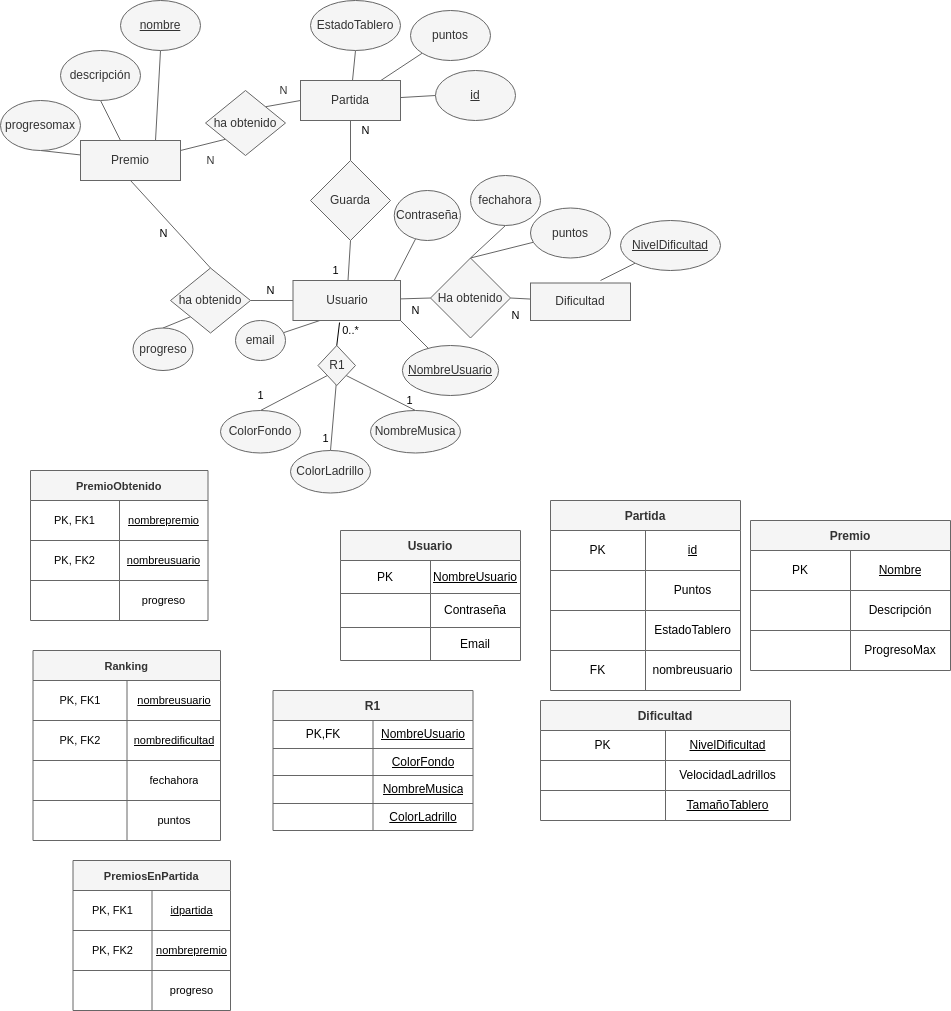
Earlier version of the draw.io export documentacion/dbdd.png (mikel-egana-aranguren/ADSI-22-23-Tetris). Source tidied: cells renumbered, new cells last; positions are measured from the earlier drawing's top-left corner, leaving out a move shared by most shapes.
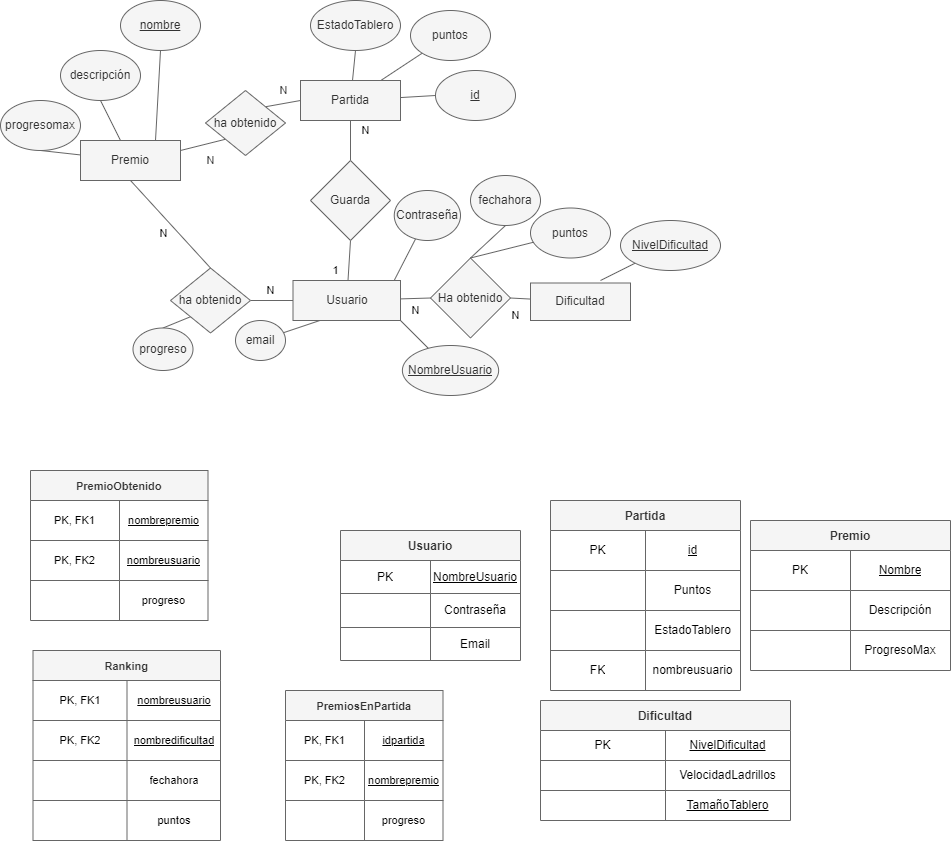
The same diagram one commit later.

Commit message:
actualizar diagrama de clases

Change to the diagram source:
```diff
@@ -238,26 +238,6 @@
     <mxCell id="79" value="EstadoTablero" style="ellipse;whiteSpace=wrap;html=1;rounded=0;fontFamily=Helvetica;fontSize=12;fontColor=#333333;strokeColor=#666666;fillColor=#f5f5f5;" parent="1" vertex="1">
       <mxGeometry x="310" width="90" height="50" as="geometry" />
     </mxCell>
-    <mxCell id="80" style="edgeStyle=none;shape=connector;rounded=1;html=1;exitX=0.5;exitY=0;exitDx=0;exitDy=0;labelBackgroundColor=default;fontFamily=Helvetica;fontSize=11;fontColor=#000000;endArrow=none;endFill=0;strokeColor=#666666;fillColor=#f5f5f5;entryX=0;entryY=1;entryDx=0;entryDy=0;" parent="1" edge="1" source="81" target="134">
-      <mxGeometry relative="1" as="geometry" />
-    </mxCell>
-    <mxCell id="81" value="ColorFondo" style="ellipse;whiteSpace=wrap;html=1;rounded=0;fontFamily=Helvetica;fontSize=12;fontColor=#333333;strokeColor=#666666;fillColor=#f5f5f5;" parent="1" vertex="1">
-      <mxGeometry x="220" y="410" width="80" height="42.5" as="geometry" />
-    </mxCell>
-    <mxCell id="82" style="edgeStyle=none;shape=connector;rounded=1;html=1;exitX=0.5;exitY=0;exitDx=0;exitDy=0;labelBackgroundColor=default;fontFamily=Helvetica;fontSize=11;fontColor=#000000;endArrow=none;endFill=0;strokeColor=#666666;fillColor=#f5f5f5;" parent="1" edge="1" source="83">
-      <mxGeometry relative="1" as="geometry">
-        <mxPoint x="336" y="380" as="targetPoint" />
-      </mxGeometry>
-    </mxCell>
-    <mxCell id="83" value="ColorLadrillo" style="ellipse;whiteSpace=wrap;html=1;rounded=0;fontFamily=Helvetica;fontSize=12;fontColor=#333333;strokeColor=#666666;fillColor=#f5f5f5;" parent="1" vertex="1">
-      <mxGeometry x="290" y="450" width="80" height="42.5" as="geometry" />
-    </mxCell>
-    <mxCell id="84" style="edgeStyle=none;shape=connector;rounded=1;html=1;exitX=0.5;exitY=0;exitDx=0;exitDy=0;labelBackgroundColor=default;fontFamily=Helvetica;fontSize=11;fontColor=#000000;endArrow=none;endFill=0;strokeColor=#666666;fillColor=#f5f5f5;entryX=1;entryY=1;entryDx=0;entryDy=0;" parent="1" edge="1" source="85" target="134">
-      <mxGeometry relative="1" as="geometry" />
-    </mxCell>
-    <mxCell id="85" value="NombreMusica" style="ellipse;whiteSpace=wrap;html=1;rounded=0;fontFamily=Helvetica;fontSize=12;fontColor=#333333;strokeColor=#666666;fillColor=#f5f5f5;" parent="1" vertex="1">
-      <mxGeometry x="370" y="410" width="90" height="42.5" as="geometry" />
-    </mxCell>
     <mxCell id="86" value="Usuario" style="shape=table;startSize=30;fontStyle=1;align=center;fontColor=#333333;strokeColor=#666666;fillColor=#f5f5f5;" parent="1" vertex="1">
       <mxGeometry x="340" y="530" width="180" height="130" as="geometry" />
     </mxCell>
@@ -373,7 +353,7 @@
       <mxGeometry x="272.5" y="80" width="20" height="20" as="geometry" />
     </mxCell>
     <mxCell id="124" value="PremiosEnPartida" style="shape=table;startSize=30;fontStyle=1;align=center;fontFamily=Helvetica;fontSize=11;fontColor=#333333;fillColor=#f5f5f5;strokeColor=#666666;" parent="1" vertex="1">
-      <mxGeometry x="72.5" y="860" width="157.5" height="150" as="geometry" />
+      <mxGeometry x="285" y="690" width="157.5" height="150" as="geometry" />
     </mxCell>
     <mxCell id="125" style="shape=partialRectangle;html=1;whiteSpace=wrap;fillColor=none;top=0;left=0;bottom=0;right=0;fontFamily=Helvetica;fontSize=11;fontColor=#000000;" parent="124" vertex="1">
       <mxGeometry y="30" width="157.5" height="40" as="geometry" />
@@ -402,62 +382,5 @@
     <mxCell id="133" value="progreso" style="shape=partialRectangle;html=1;whiteSpace=wrap;fillColor=none;top=0;left=0;bottom=0;right=0;overflow=hidden;fontFamily=Helvetica;fontSize=11;fontColor=#000000;" parent="131" vertex="1">
       <mxGeometry x="79" width="79" height="40" as="geometry" />
     </mxCell>
-    <mxCell id="134" value="R1" style="rhombus;whiteSpace=wrap;html=1;rounded=0;fontFamily=Helvetica;fontSize=12;fontColor=#333333;strokeColor=#666666;fillColor=#f5f5f5;" parent="1" vertex="1">
-      <mxGeometry x="317.5" y="345" width="37.5" height="40" as="geometry" />
-    </mxCell>
-    <mxCell id="135" style="endArrow=none;html=1;rounded=0;exitX=0.5;exitY=0;exitDx=0;exitDy=0;entryX=0.433;entryY=1.05;entryDx=0;entryDy=0;entryPerimeter=0;" parent="1" edge="1" source="134" target="39">
-      <mxGeometry relative="1" as="geometry" />
-    </mxCell>
-    <mxCell id="136" value="0..*" style="text;html=1;align=center;verticalAlign=middle;strokeColor=none;fillColor=none;fontSize=11;fontFamily=Helvetica;fontColor=#000000;" parent="1" vertex="1">
-      <mxGeometry x="330" y="315" width="40" height="30" as="geometry" />
-    </mxCell>
-    <mxCell id="137" value="1" style="text;html=1;align=center;verticalAlign=middle;strokeColor=none;fillColor=none;fontSize=11;fontFamily=Helvetica;fontColor=#000000;" parent="1" vertex="1">
-      <mxGeometry x="245" y="380" width="30" height="30" as="geometry" />
-    </mxCell>
-    <mxCell id="138" value="1" style="text;html=1;align=center;verticalAlign=middle;strokeColor=none;fillColor=none;fontSize=11;fontFamily=Helvetica;fontColor=#000000;" parent="1" vertex="1">
-      <mxGeometry x="310" y="422.5" width="30" height="30" as="geometry" />
-    </mxCell>
-    <mxCell id="139" value="1" style="text;html=1;align=center;verticalAlign=middle;strokeColor=none;fillColor=none;fontSize=11;fontFamily=Helvetica;fontColor=#000000;" parent="1" vertex="1">
-      <mxGeometry x="393.8" y="385" width="30" height="30" as="geometry" />
-    </mxCell>
-    <mxCell id="140" value="R1" style="shape=table;startSize=30;fontStyle=1;align=center;fontColor=#333333;strokeColor=#666666;fillColor=#f5f5f5;" parent="1" vertex="1">
-      <mxGeometry x="272.5" y="690" width="200" height="140" as="geometry" />
-    </mxCell>
-    <mxCell id="141" style="shape=partialRectangle;html=1;whiteSpace=wrap;fillColor=none;top=0;left=0;bottom=0;right=0;fontColor=#000000;strokeColor=#000000;" parent="140" vertex="1">
-      <mxGeometry y="30" width="200" height="28" as="geometry" />
-    </mxCell>
-    <mxCell id="142" value="PK,FK" style="shape=partialRectangle;html=1;whiteSpace=wrap;fillColor=none;top=0;left=0;bottom=0;right=0;overflow=hidden;fontColor=#000000;strokeColor=#000000;" parent="141" vertex="1">
-      <mxGeometry width="100" height="28" as="geometry" />
-    </mxCell>
-    <mxCell id="143" value="&lt;u&gt;NombreUsuario&lt;/u&gt;" style="shape=partialRectangle;html=1;whiteSpace=wrap;fillColor=none;top=0;left=0;bottom=0;right=0;overflow=hidden;fontColor=#000000;strokeColor=#000000;" parent="141" vertex="1">
-      <mxGeometry x="100" width="100" height="28" as="geometry" />
-    </mxCell>
-    <mxCell id="144" style="shape=partialRectangle;html=1;whiteSpace=wrap;fillColor=none;top=0;left=0;bottom=0;right=0;fontColor=#000000;strokeColor=#000000;" parent="140" vertex="1">
-      <mxGeometry y="58" width="200" height="27" as="geometry" />
-    </mxCell>
-    <mxCell id="145" style="shape=partialRectangle;html=1;whiteSpace=wrap;fillColor=none;top=0;left=0;bottom=0;right=0;overflow=hidden;fontColor=#000000;strokeColor=#000000;" parent="144" vertex="1">
-      <mxGeometry width="100" height="27" as="geometry" />
-    </mxCell>
-    <mxCell id="146" value="&lt;u&gt;ColorFondo&lt;/u&gt;" style="shape=partialRectangle;html=1;whiteSpace=wrap;fillColor=none;top=0;left=0;bottom=0;right=0;overflow=hidden;fontColor=#000000;strokeColor=#000000;" parent="144" vertex="1">
-      <mxGeometry x="100" width="100" height="27" as="geometry" />
-    </mxCell>
-    <mxCell id="147" style="shape=partialRectangle;html=1;whiteSpace=wrap;fillColor=none;top=0;left=0;bottom=0;right=0;fontColor=#000000;strokeColor=#000000;" parent="140" vertex="1">
-      <mxGeometry y="85" width="200" height="28" as="geometry" />
-    </mxCell>
-    <mxCell id="148" style="shape=partialRectangle;html=1;whiteSpace=wrap;fillColor=none;top=0;left=0;bottom=0;right=0;overflow=hidden;fontColor=#000000;strokeColor=#000000;" parent="147" vertex="1">
-      <mxGeometry width="100" height="28" as="geometry" />
-    </mxCell>
-    <mxCell id="149" value="&lt;u&gt;NombreMusica&lt;/u&gt;" style="shape=partialRectangle;html=1;whiteSpace=wrap;fillColor=none;top=0;left=0;bottom=0;right=0;overflow=hidden;fontColor=#000000;strokeColor=#000000;" parent="147" vertex="1">
-      <mxGeometry x="100" width="100" height="28" as="geometry" />
-    </mxCell>
-    <mxCell id="150" style="shape=partialRectangle;html=1;whiteSpace=wrap;fillColor=none;top=0;left=0;bottom=0;right=0;fontColor=#000000;strokeColor=#000000;" parent="140" vertex="1">
-      <mxGeometry y="113" width="200" height="27" as="geometry" />
-    </mxCell>
-    <mxCell id="151" style="shape=partialRectangle;html=1;whiteSpace=wrap;fillColor=none;top=0;left=0;bottom=0;right=0;overflow=hidden;fontColor=#000000;strokeColor=#000000;" parent="150" vertex="1">
-      <mxGeometry width="100" height="27" as="geometry" />
-    </mxCell>
-    <mxCell id="152" value="&lt;u&gt;ColorLadrillo&lt;/u&gt;" style="shape=partialRectangle;html=1;whiteSpace=wrap;fillColor=none;top=0;left=0;bottom=0;right=0;overflow=hidden;fontColor=#000000;strokeColor=#000000;" parent="150" vertex="1">
-      <mxGeometry x="100" width="100" height="27" as="geometry" />
-    </mxCell>
   </root>
 </mxGraphModel>
```
